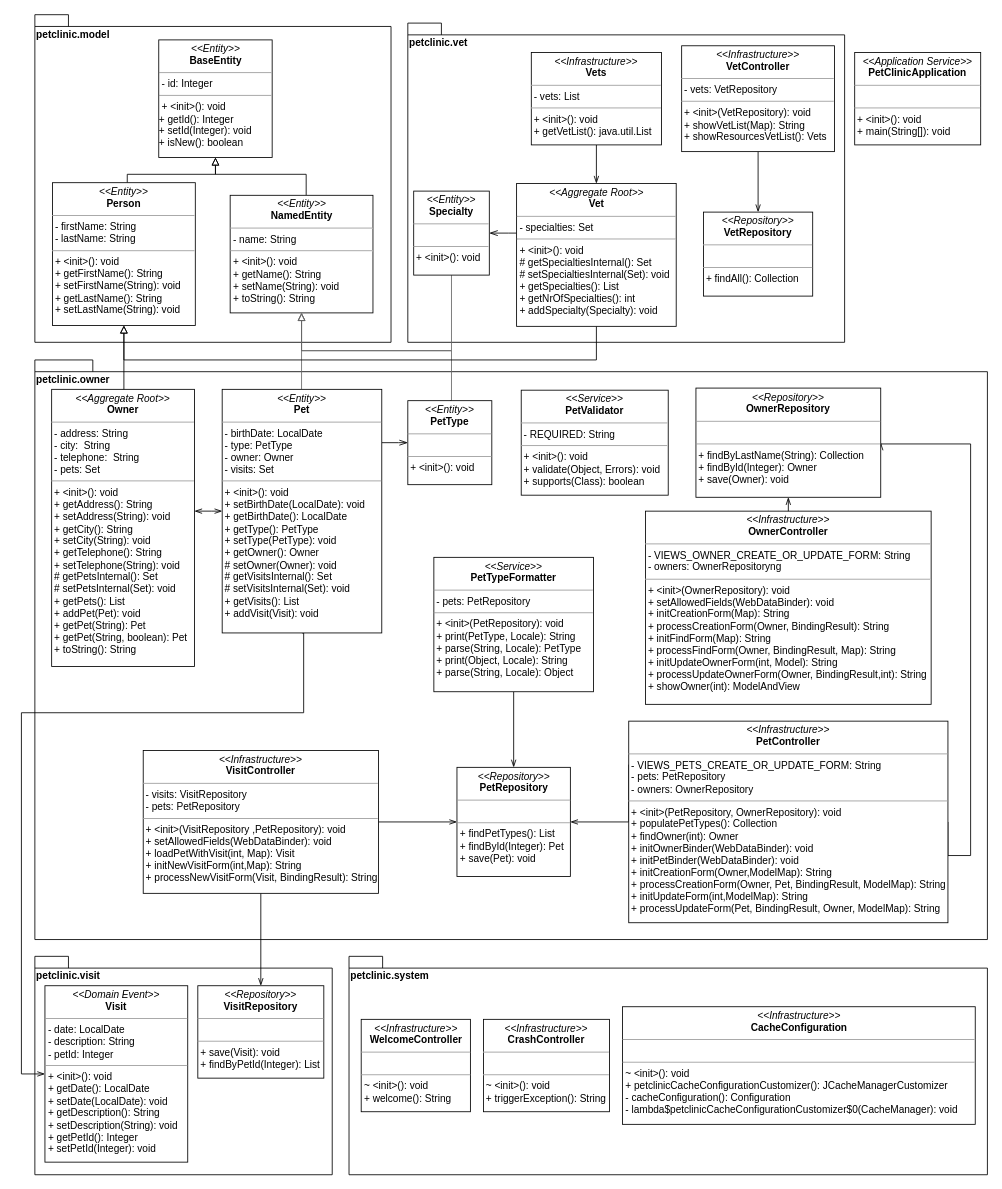
The draw.io diagram page "old" (1 of 15) of gfx/example/petclinic/raw/uml-petclinic.drawio in DanielKraft/bachelor-thesis, before the edit. Source tidied: cells renumbered, new cells numbered last; positions are measured from the earlier drawing's top-left corner, leaving out a move shared by most shapes. Both pictures are drawn from the tidied source at 84%, with x=0, y=0 at pixel (21, 14).
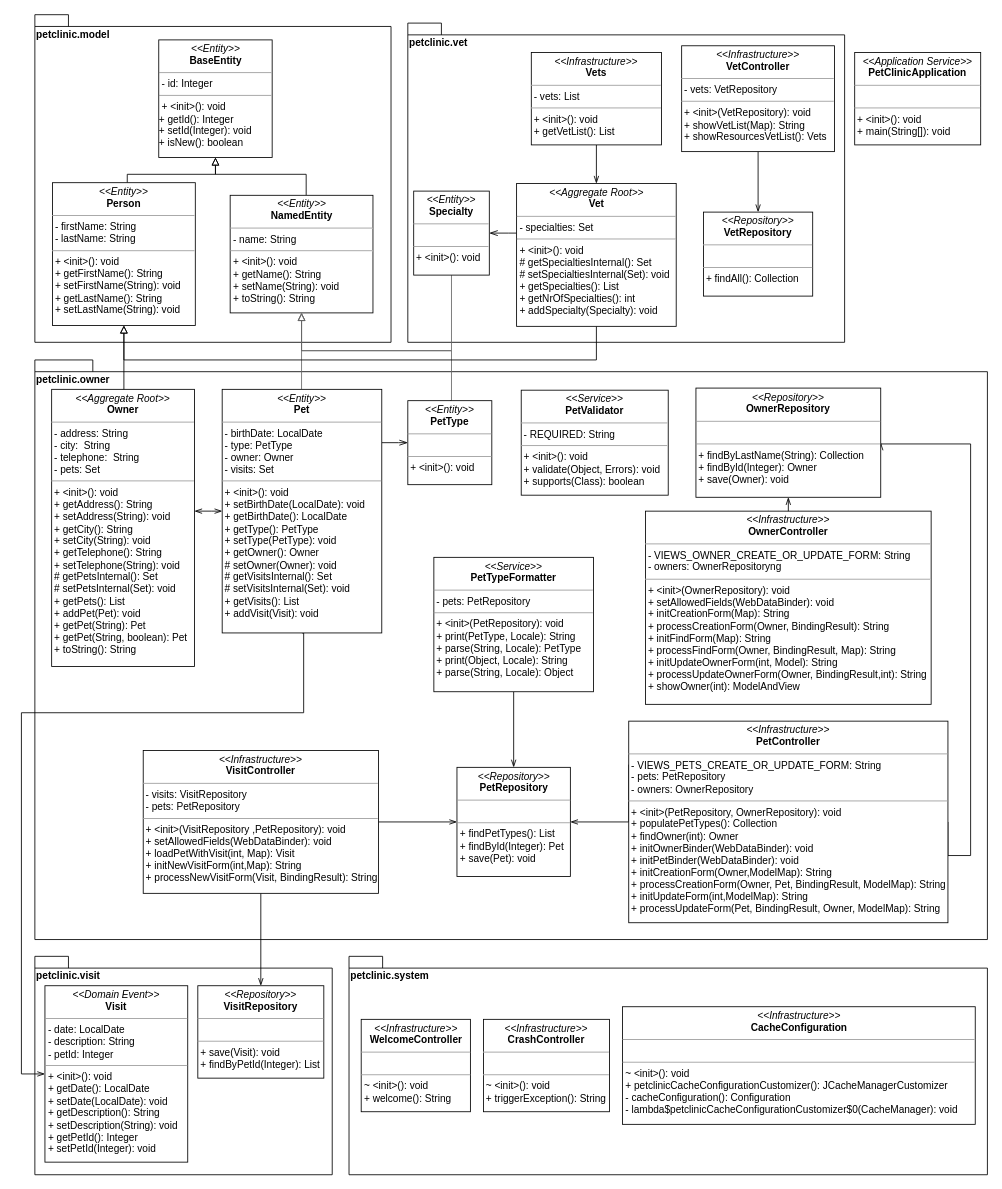
Above is the later version.

Change to the diagram source:
```diff
@@
-    <mxCell id="41" value="&lt;p style=&quot;margin: 0px ; margin-top: 4px ; text-align: center&quot;&gt;&lt;i&gt;&amp;lt;&amp;lt;&lt;/i&gt;&lt;i&gt;&lt;i&gt;Infrastructure&lt;/i&gt;&amp;gt;&amp;gt;&lt;/i&gt;&lt;br&gt;&lt;b&gt;Vets&lt;/b&gt;&lt;/p&gt;&lt;hr size=&quot;1&quot;&gt;&lt;div&gt;&amp;nbsp;- vets: List&lt;/div&gt;&lt;hr size=&quot;1&quot;&gt;&lt;div&gt;&amp;nbsp;+ &amp;lt;init&amp;gt;(): void&lt;/div&gt;&lt;div&gt;&amp;nbsp;+ getVetList(): java.util.List&lt;/div&gt;" style="verticalAlign=top;align=left;overflow=fill;fontSize=12;fontFamily=Helvetica;html=1;" parent="1" vertex="1">
+    <mxCell id="41" value="&lt;p style=&quot;margin: 0px ; margin-top: 4px ; text-align: center&quot;&gt;&lt;i&gt;&amp;lt;&amp;lt;&lt;/i&gt;&lt;i&gt;&lt;i&gt;Infrastructure&lt;/i&gt;&amp;gt;&amp;gt;&lt;/i&gt;&lt;br&gt;&lt;b&gt;Vets&lt;/b&gt;&lt;/p&gt;&lt;hr size=&quot;1&quot;&gt;&lt;div&gt;&amp;nbsp;- vets: List&lt;/div&gt;&lt;hr size=&quot;1&quot;&gt;&lt;div&gt;&amp;nbsp;+ &amp;lt;init&amp;gt;(): void&lt;/div&gt;&lt;div&gt;&amp;nbsp;+ getVetList(): List&lt;/div&gt;" style="verticalAlign=top;align=left;overflow=fill;fontSize=12;fontFamily=Helvetica;html=1;" parent="1" vertex="1">
       <mxGeometry x="607" y="45" width="155" height="110" as="geometry" />
     </mxCell>
```
